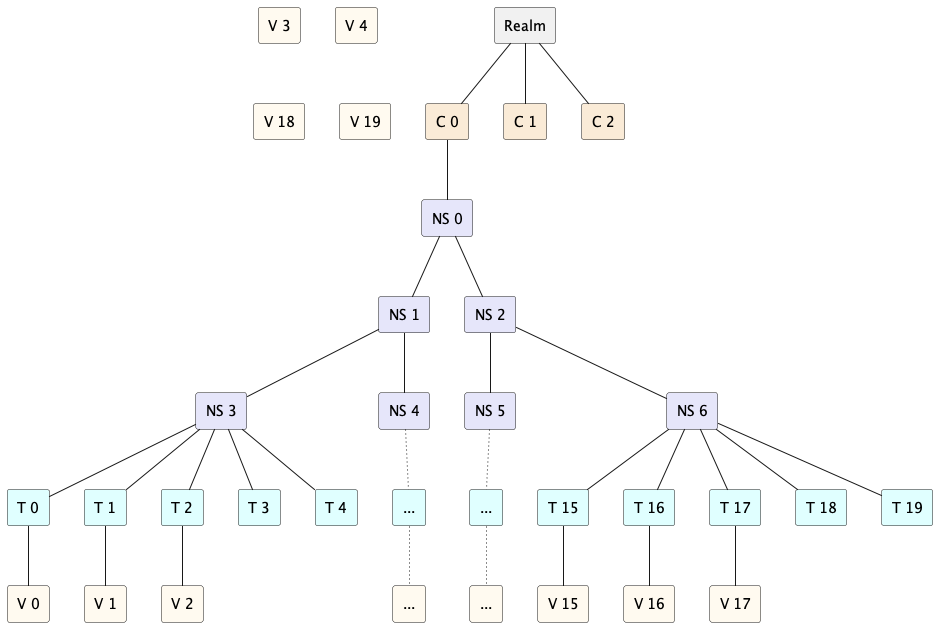
apache/polaris keeps this PlantUML diagram as benchmarks/docs/dataset-shape-2-3-5.png. Above is the earlier version. The source it was exported from:
```plantuml
@startuml

rectangle Realm
rectangle "C 0" as C0 #AntiqueWhite
rectangle "C 1" as C1 #AntiqueWhite
rectangle "C 2" as C2 #AntiqueWhite
Realm -- C0
Realm -- C1
Realm -- C2

rectangle "NS 0" as Ns0 #Lavender
C0 -- Ns0

rectangle "NS 1" as Ns1 #Lavender
rectangle "NS 2" as Ns2 #Lavender
Ns0 -- Ns1
Ns0 -- Ns2

rectangle "NS 3" as Ns3 #Lavender
rectangle "NS 4" as Ns4 #Lavender
rectangle "NS 5" as Ns5 #Lavender
rectangle "NS 6" as Ns6 #Lavender
Ns1 -- Ns3
Ns1 -- Ns4
Ns2 -- Ns5
Ns2 -- Ns6

rectangle "T 0" as T0 #LightCyan
rectangle "T 1" as T1 #LightCyan
rectangle "T 2" as T2 #LightCyan
rectangle "T 3" as T3 #LightCyan
rectangle "T 4" as T4 #LightCyan
rectangle "..." as T5n #LightCyan
rectangle "..." as T6n #LightCyan
rectangle "T 15" as T15 #LightCyan
rectangle "T 16" as T16 #LightCyan
rectangle "T 17" as T17 #LightCyan
rectangle "T 18" as T18 #LightCyan
rectangle "T 19" as T19 #LightCyan
Ns3 -- T0
Ns3 -- T1
Ns3 -- T2
Ns3 -- T3
Ns3 -- T4
Ns4 -[dotted]- T5n
Ns5 -[dotted]- T6n
Ns6 -- T15
Ns6 -- T16
Ns6 -- T17
Ns6 -- T18
Ns6 -- T19

rectangle "V 0" as V0 #FloralWhite
rectangle "V 1" as V1 #FloralWhite
rectangle "V 2" as V2 #FloralWhite
rectangle "V 3" as V3 #FloralWhite
rectangle "V 4" as V4 #FloralWhite
rectangle "..." as V5n #FloralWhite
rectangle "..." as V6n #FloralWhite
rectangle "V 15" as V15 #FloralWhite
rectangle "V 16" as V16 #FloralWhite
rectangle "V 17" as V17 #FloralWhite
rectangle "V 18" as V18 #FloralWhite
rectangle "V 19" as V19 #FloralWhite
T0 -- V0
T1 -- V1
T2 -- V2
T5n -[dotted]- V5n
T6n -[dotted]- V6n
T15 -- V15
T16 -- V16
T17 -- V17

@enduml
```
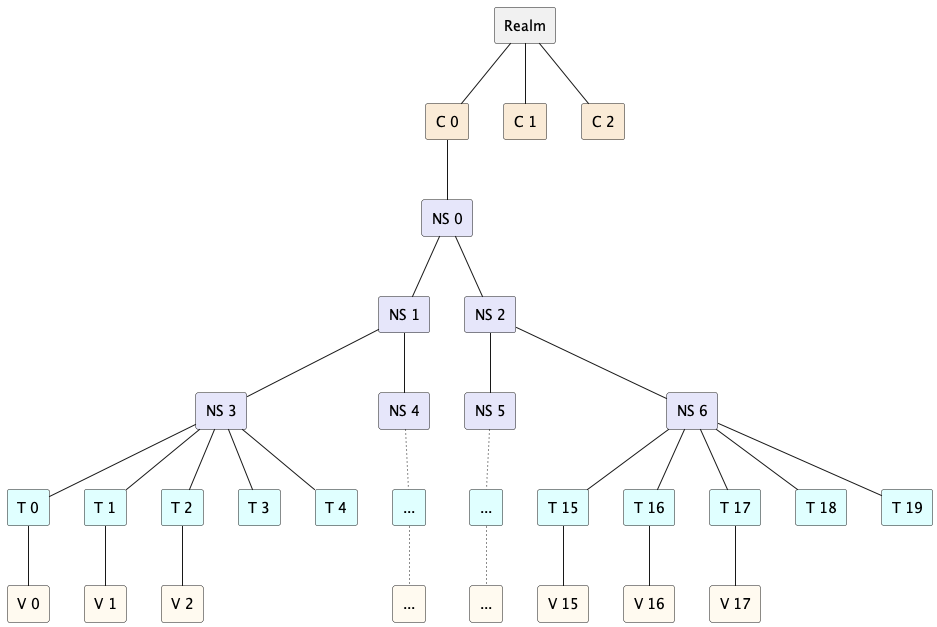
The same diagram one commit later.

Commit message:
Adjust diagrams to match description

Diff of the diagram source:
```diff
@@ -53,15 +53,11 @@
 rectangle "V 0" as V0 #FloralWhite
 rectangle "V 1" as V1 #FloralWhite
 rectangle "V 2" as V2 #FloralWhite
-rectangle "V 3" as V3 #FloralWhite
-rectangle "V 4" as V4 #FloralWhite
 rectangle "..." as V5n #FloralWhite
 rectangle "..." as V6n #FloralWhite
 rectangle "V 15" as V15 #FloralWhite
 rectangle "V 16" as V16 #FloralWhite
 rectangle "V 17" as V17 #FloralWhite
-rectangle "V 18" as V18 #FloralWhite
-rectangle "V 19" as V19 #FloralWhite
 T0 -- V0
 T1 -- V1
 T2 -- V2
```
